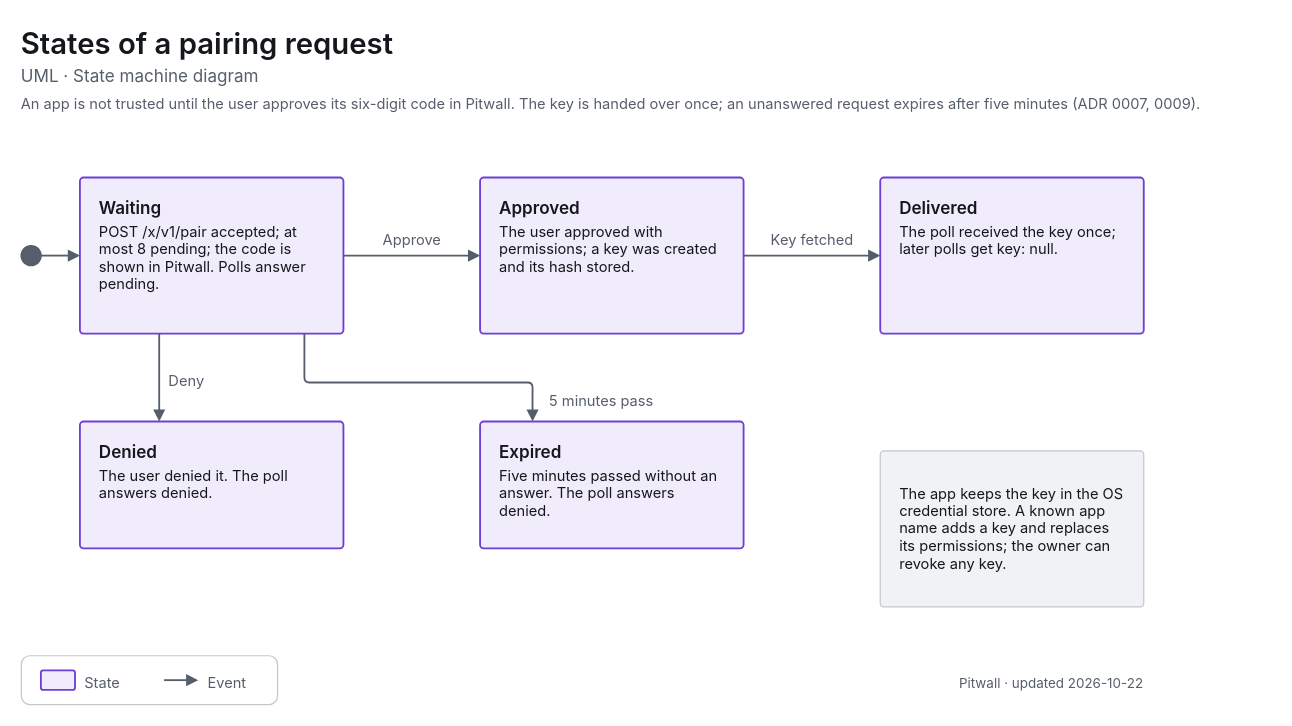
The draw.io diagram apps/pitwall/docs/diagrams/uml-state-pairing.drawio in decryp7/paddock, before the edit. Source tidied: cells renumbered, new cells numbered last; positions are measured from the earlier drawing's top-left corner, leaving out a move shared by most shapes. Both pictures are drawn from the tidied source at 122%, with x=0, y=0 at pixel (21, 21).
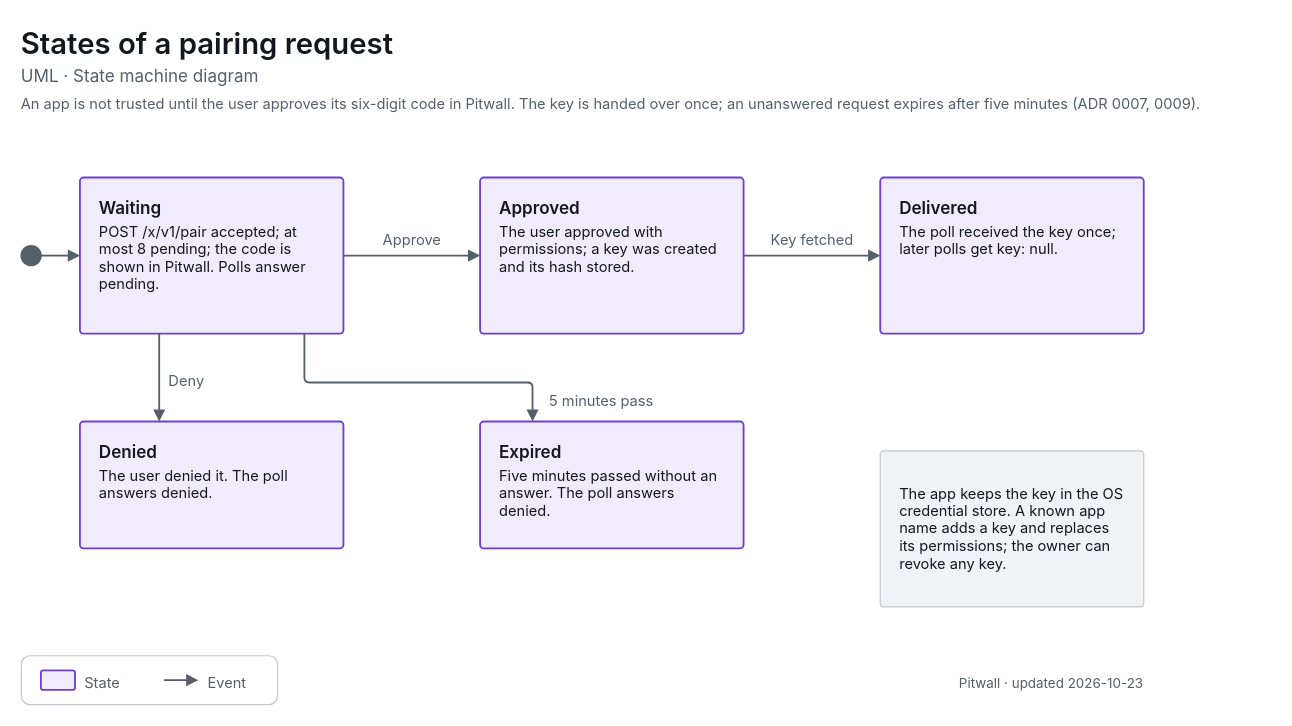
Above is the later version.

What changed in the source:
```diff
@@
-    <mxCell id="26" value="&lt;span style=&quot;font-size:11px;font-weight:400&quot;&gt;Pitwall · updated 2026-10-22&lt;/span&gt;" style="html=1;whiteSpace=wrap;fontFamily=-apple-system,BlinkMacSystemFont,Segoe UI,system-ui,sans-serif;fontSize=12;fontColor=light-dark(#14171C,#ECEEF1);text;strokeColor=none;fillColor=none;align=right;verticalAlign=top;spacing=0;fontColor=light-dark(#565E6B,#A0A7B2);" parent="1" vertex="1">
+    <mxCell id="26" value="&lt;span style=&quot;font-size:11px;font-weight:400&quot;&gt;Pitwall · updated 2026-10-23&lt;/span&gt;" style="html=1;whiteSpace=wrap;fontFamily=-apple-system,BlinkMacSystemFont,Segoe UI,system-ui,sans-serif;fontSize=12;fontColor=light-dark(#14171C,#ECEEF1);text;strokeColor=none;fillColor=none;align=right;verticalAlign=top;spacing=0;fontColor=light-dark(#565E6B,#A0A7B2);" parent="1" vertex="1">
       <mxGeometry x="560" y="531" width="360" height="18" as="geometry" />
     </mxCell>
```
